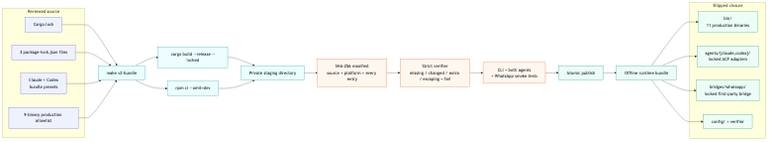
Before: v2/docs/runtime-bundle-flow.png, a diagram exported from Mermaid (fontanierh/crab). Its source is kept beside it as v2/docs/runtime-bundle-flow.mmd.
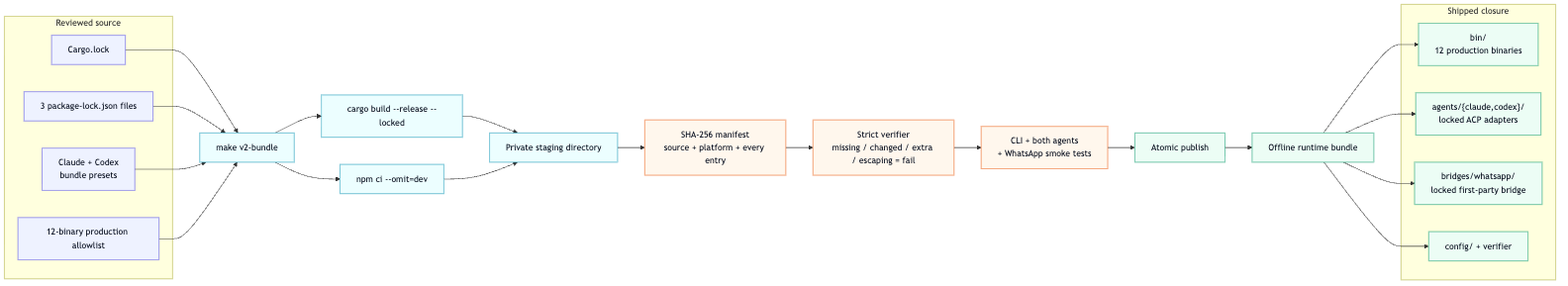
Later version of the same file.

Diff of the diagram source:
```diff
@@ -3,7 +3,7 @@
         CARGO["Cargo.lock"]
         NPM["3 package-lock.json files"]
         CONFIG["Claude + Codex<br/>bundle presets"]
-        ALLOW["9-binary production allowlist"]
+        ALLOW["12-binary production allowlist"]
     end
 
     BUILD["make v2-bundle"]
@@ -24,7 +24,7 @@
 
     ATOMIC --> BUNDLE["Offline runtime bundle"]
     subgraph CONTENTS["Shipped closure"]
-        BIN["bin/\n11 production binaries"]
+        BIN["bin/\n12 production binaries"]
         AGENT["agents/{claude,codex}/\nlocked ACP adapters"]
         BRIDGE["bridges/whatsapp/\nlocked first-party bridge"]
         CFG["config/ + verifier"]
```
